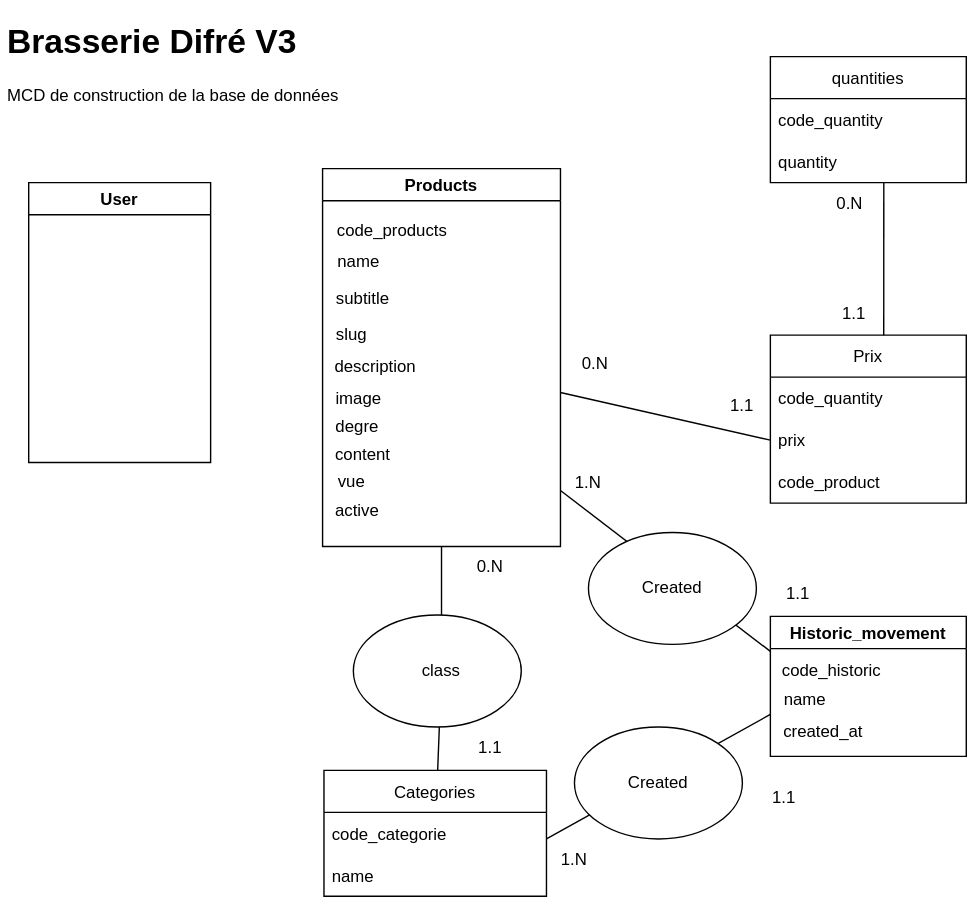
maitrecanard/brasseriedifre_v3 keeps this draw.io diagram as sources/mcd.drawio.svg. Above is the earlier version. Source tidied: cells renumbered, new cells last; positions are measured from the earlier drawing's top-left corner, leaving out a move shared by most shapes.
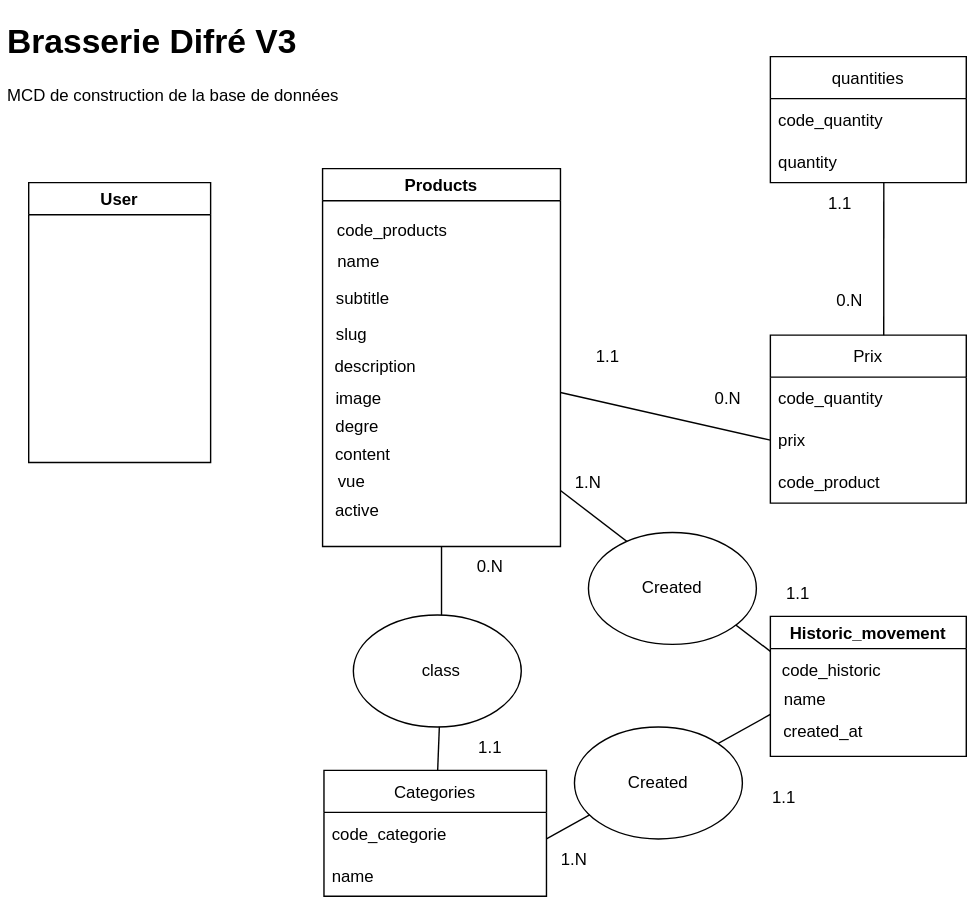
After the commit.

Change to the diagram source:
```diff
@@ -101,16 +101,16 @@
       </mxGeometry>
     </mxCell>
     <mxCell id="33" value="0.N" style="text;html=1;strokeColor=none;fillColor=none;align=center;verticalAlign=middle;whiteSpace=wrap;rounded=0;" parent="1" vertex="1">
-      <mxGeometry x="395" y="235" width="60" height="30" as="geometry" />
+      <mxGeometry x="490" y="260" width="60" height="30" as="geometry" />
     </mxCell>
-    <mxCell id="34" value="1.1" style="text;html=1;strokeColor=none;fillColor=none;align=center;verticalAlign=middle;whiteSpace=wrap;rounded=0;" parent="1" vertex="1">
-      <mxGeometry x="500" y="265" width="60" height="30" as="geometry" />
+    <mxCell id="34" value="1.1" style="text;html=1;strokeColor=none;fillColor=none;align=center;verticalAlign=middle;whiteSpace=wrap;rounded=0;rotation=0;" parent="1" vertex="1">
+      <mxGeometry x="404" y="230" width="60" height="30" as="geometry" />
     </mxCell>
     <mxCell id="35" value="0.N" style="text;html=1;strokeColor=none;fillColor=none;align=center;verticalAlign=middle;whiteSpace=wrap;rounded=0;" parent="1" vertex="1">
-      <mxGeometry x="577" y="120" width="60" height="30" as="geometry" />
+      <mxGeometry x="577" y="190" width="60" height="30" as="geometry" />
     </mxCell>
     <mxCell id="36" value="1.1" style="text;html=1;strokeColor=none;fillColor=none;align=center;verticalAlign=middle;whiteSpace=wrap;rounded=0;" parent="1" vertex="1">
-      <mxGeometry x="580" y="199" width="60" height="30" as="geometry" />
+      <mxGeometry x="570" y="120" width="60" height="30" as="geometry" />
     </mxCell>
     <mxCell id="37" value="Historic_movement" style="swimlane;" parent="1" vertex="1">
       <mxGeometry x="550" y="430" width="140" height="100" as="geometry" />
```
